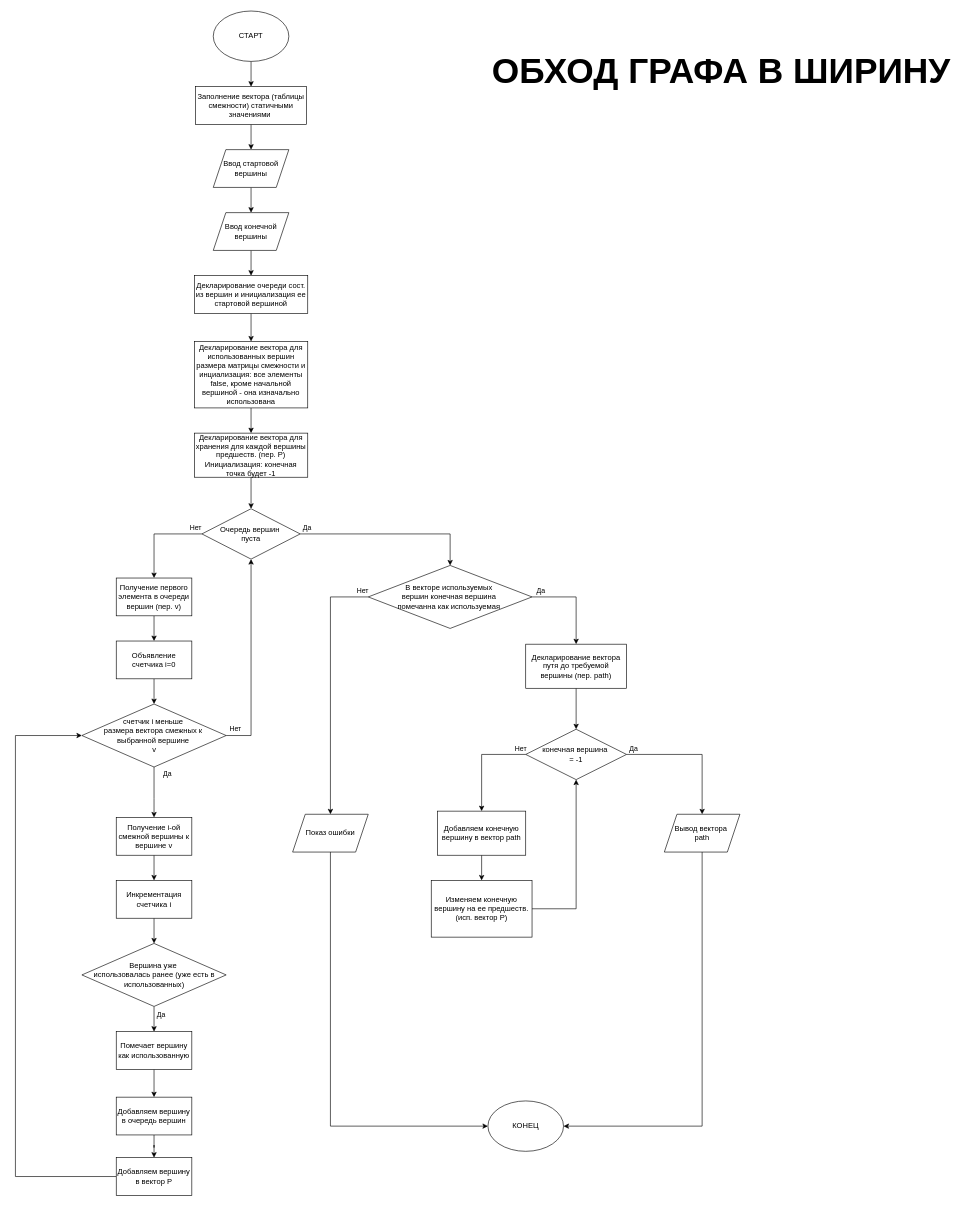
Earlier version of the draw.io diagram 1.drawio (Calrission/MIIGAIK-Algorithmization). Source tidied: cells renumbered, new cells numbered last; positions are measured from the earlier drawing's top-left corner, leaving out a move shared by most shapes. Both pictures are drawn from the tidied source at 63%, with x=0, y=0 at pixel (15, 11).
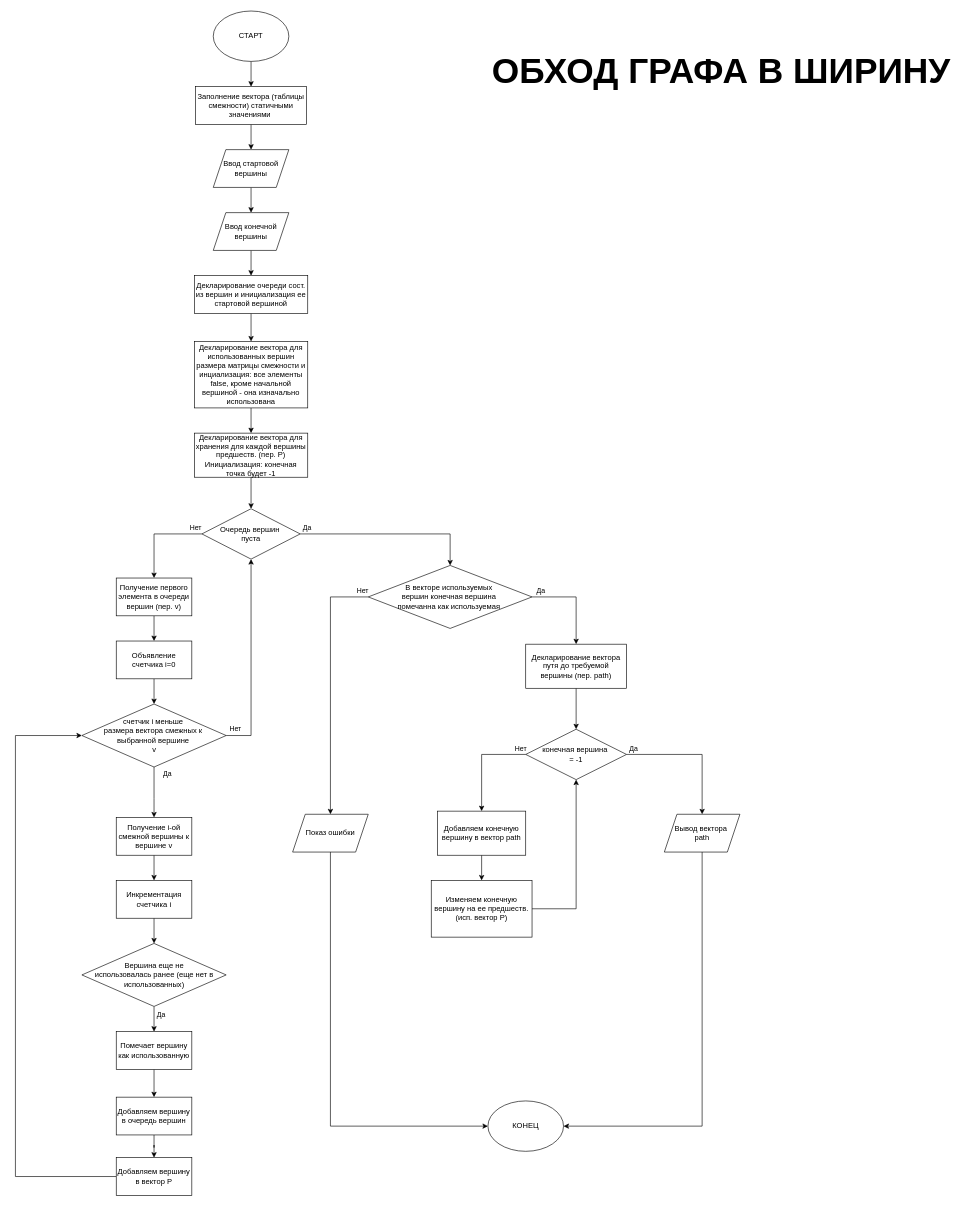
Above is the later version.

Diff of the diagram source:
```diff
@@
-    <mxCell id="36" value="Вершина уже&amp;nbsp;&lt;div&gt;использовалась ранее (уже есть в использованных)&lt;/div&gt;" style="rhombus;whiteSpace=wrap;html=1;" parent="1" vertex="1">
+    <mxCell id="36" value="Вершина еще не&lt;div&gt;использовалась ранее (еще нет в использованных)&lt;/div&gt;" style="rhombus;whiteSpace=wrap;html=1;" parent="1" vertex="1">
       <mxGeometry x="105.5" y="1480" width="229" height="100" as="geometry" />
     </mxCell>
```
